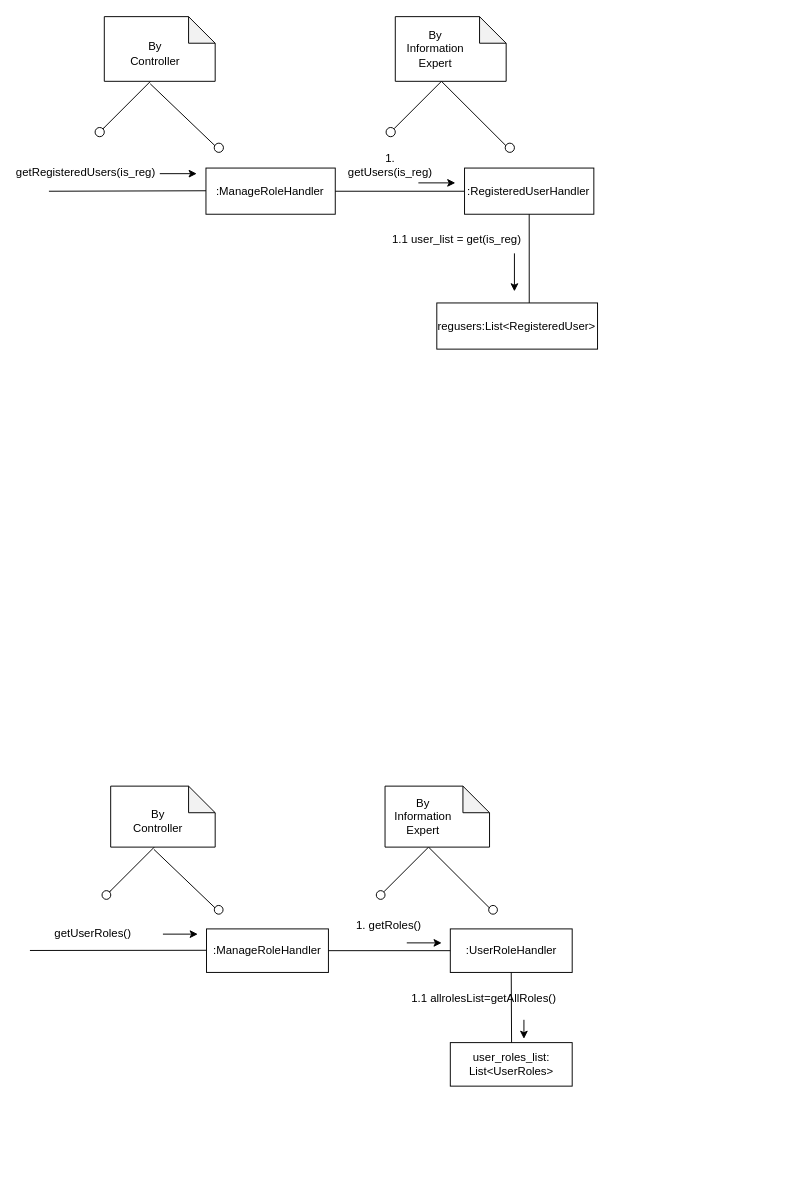
The draw.io diagram page "Page-1" (1 of 4) of operation_diagram_1.drawio in jonamadk/DrawIO, before the edit. Source tidied: cells renumbered, new cells numbered last; positions are measured from the earlier drawing's top-left corner, leaving out a move shared by most shapes. Both pictures are drawn from the tidied source at 95%, with x=0, y=0 at pixel (29, 16).
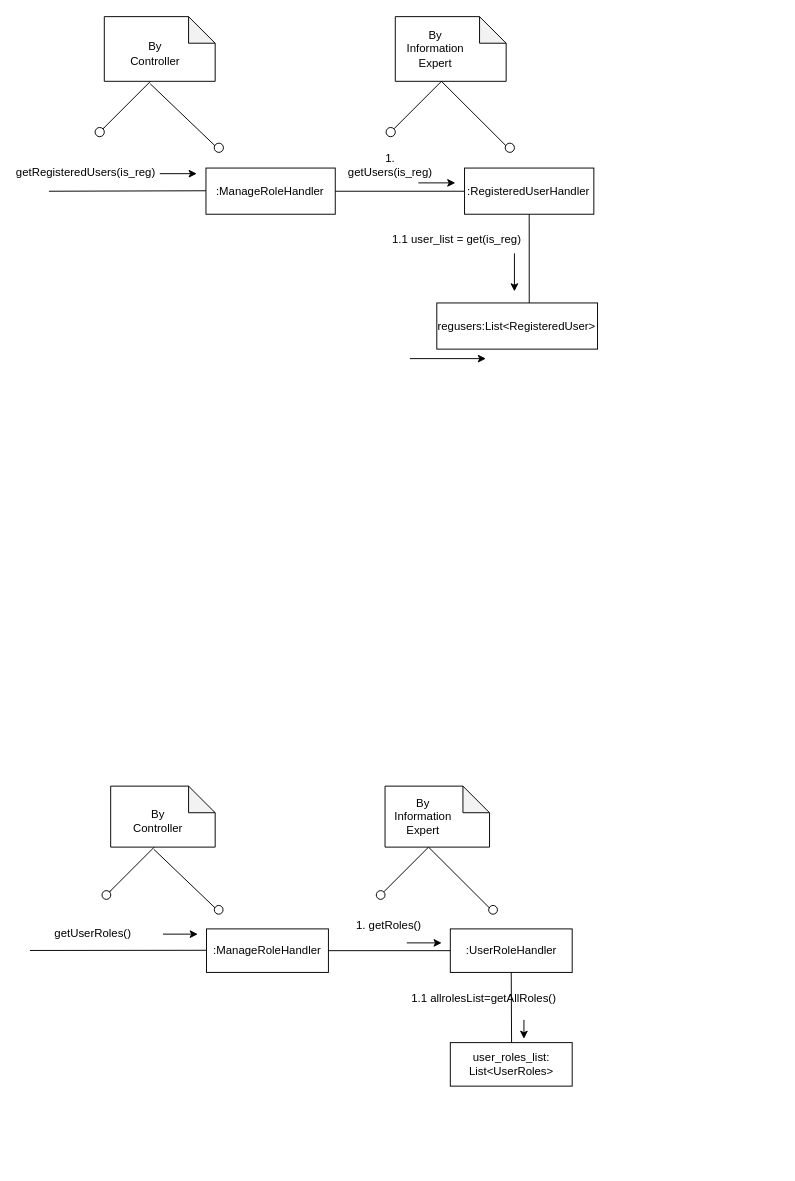
After the change.

Change to the diagram source:
```diff
@@
+    <mxCell id="56" style="edgeStyle=none;orthogonalLoop=1;jettySize=auto;html=1;rounded=0;" parent="1" edge="1">
+      <mxGeometry relative="1" as="geometry">
+        <mxPoint x="400" y="360" as="sourcePoint" />
+        <mxPoint x="480" y="360" as="targetPoint" />
+      </mxGeometry>
+    </mxCell>
```
